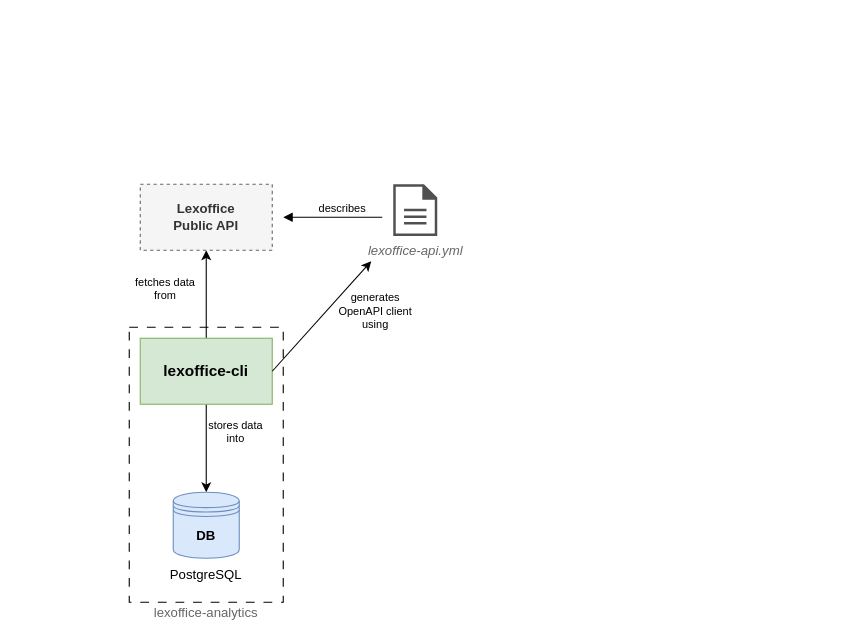
This is page "arch" (1 of 2) of docs/diagrams.drawio from maikerlab/lexoffice-analytics, a draw.io file, before an edit. Source tidied: cells renumbered, new cells numbered last; positions are measured from the earlier drawing's top-left corner, leaving out a move shared by most shapes. Both pictures are drawn from the tidied source at 110%, with x=0, y=0 at pixel (129, 184).
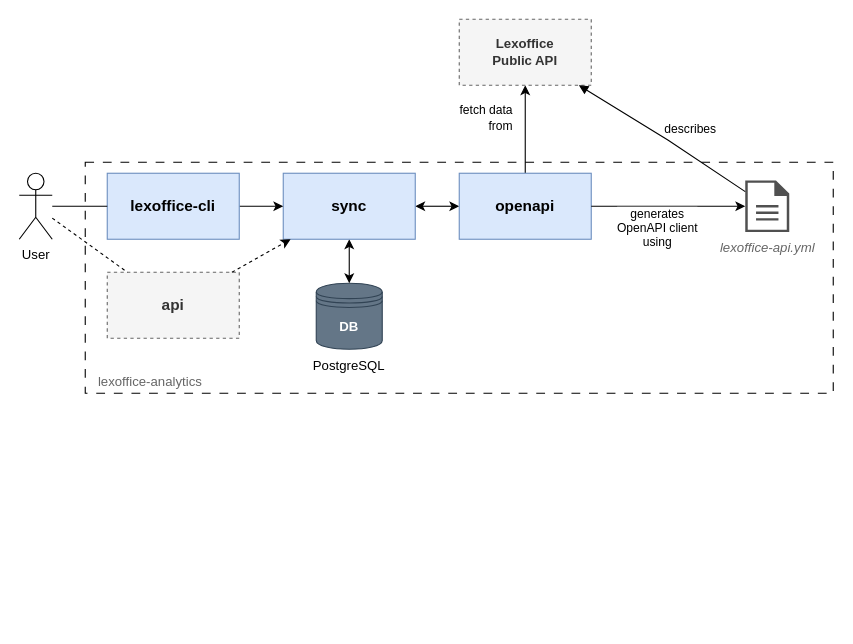
The same diagram, later.

What changed in the source:
```diff
@@
     <mxCell id="2" style="rounded=0;whiteSpace=wrap;html=1;fillColor=none;dashed=1;dashPattern=8 8;" parent="1" vertex="1">
-      <mxGeometry y="130" width="140" height="250" as="geometry" />
+      <mxGeometry x="-40" y="-20" width="680" height="210" as="geometry" />
     </mxCell>
-    <mxCell id="3" style="edgeStyle=orthogonalEdgeStyle;rounded=0;jettySize=auto;html=1;exitX=0.5;exitY=0;exitDx=0;exitDy=0;entryX=0.5;entryY=1;entryDx=0;entryDy=0;" parent="1" edge="1" source="5" target="6">
-      <mxGeometry relative="1" as="geometry" />
+    <mxCell id="3" value="fetch data&lt;div&gt;from&lt;/div&gt;" style="edgeStyle=orthogonalEdgeStyle;rounded=0;jettySize=auto;html=1;exitX=0.5;exitY=0;exitDx=0;exitDy=0;entryX=0.5;entryY=1;entryDx=0;entryDy=0;align=right;" parent="1" edge="1" source="5" target="6">
+      <mxGeometry x="0.25" y="10" relative="1" as="geometry">
+        <Array as="points">
+          <mxPoint x="360" y="-50" />
+          <mxPoint x="360" y="-50" />
+        </Array>
+      </mxGeometry>
     </mxCell>
-    <mxCell id="4" style="edgeStyle=orthogonalEdgeStyle;rounded=0;jettySize=auto;html=1;exitX=0.5;exitY=1;exitDx=0;exitDy=0;entryX=0.5;entryY=0;entryDx=0;entryDy=0;" parent="1" edge="1" source="5" target="7">
-      <mxGeometry x="-0.25" relative="1" as="geometry" />
-    </mxCell>
+    <mxCell id="17" style="edgeStyle=orthogonalEdgeStyle;rounded=0;jettySize=auto;html=1;exitX=0;exitY=0.5;exitDx=0;exitDy=0;entryX=1;entryY=0.5;entryDx=0;entryDy=0;startArrow=classic;startFill=1;" parent="1" edge="1" source="5" target="19">
+      <mxGeometry relative="1" as="geometry" />
+    </mxCell>
-    <mxCell id="5" value="lexoffice-cli" style="rounded=0;whiteSpace=wrap;html=1;fillColor=#d5e8d4;strokeColor=#82b366;fontStyle=1;fontSize=14;" parent="1" vertex="1">
-      <mxGeometry x="10" y="140" width="120" height="60" as="geometry" />
+    <mxCell id="5" value="openapi" style="rounded=0;whiteSpace=wrap;html=1;fillColor=#dae8fc;strokeColor=#6c8ebf;fontStyle=1;fontSize=14;gradientColor=none;" parent="1" vertex="1">
+      <mxGeometry x="300" y="-10" width="120" height="60" as="geometry" />
     </mxCell>
     <mxCell id="6" value="Lexoffice&lt;br&gt;Public API" style="rounded=0;whiteSpace=wrap;html=1;fillColor=#f5f5f5;fontColor=#333333;strokeColor=#666666;fontStyle=1;dashed=1;" parent="1" vertex="1">
-      <mxGeometry x="10" width="120" height="60" as="geometry" />
+      <mxGeometry x="300" y="-150" width="120" height="60" as="geometry" />
     </mxCell>
-    <mxCell id="7" value="DB" style="shape=datastore;whiteSpace=wrap;html=1;fontStyle=1;fillColor=#dae8fc;strokeColor=#6c8ebf;" parent="1" vertex="1">
-      <mxGeometry x="40" y="280" width="60" height="60" as="geometry" />
+    <mxCell id="7" value="DB" style="shape=datastore;whiteSpace=wrap;html=1;fontStyle=1;fillColor=#647687;strokeColor=#314354;fontColor=#ffffff;" parent="1" vertex="1">
+      <mxGeometry x="170" y="90" width="60" height="60" as="geometry" />
     </mxCell>
     <mxCell id="8" value="PostgreSQL" style="text;html=1;strokeColor=none;fillColor=none;align=center;verticalAlign=middle;whiteSpace=wrap;rounded=0;" parent="1" vertex="1">
-      <mxGeometry x="10" y="340" width="120" height="30" as="geometry" />
+      <mxGeometry x="140" y="150" width="120" height="30" as="geometry" />
     </mxCell>
     <mxCell id="9" value="lexoffice-api.yml" style="sketch=0;shadow=0;dashed=0;html=1;strokeColor=none;fillColor=#505050;labelPosition=center;verticalLabelPosition=bottom;verticalAlign=top;outlineConnect=0;align=center;shape=mxgraph.office.concepts.document;fontStyle=2;fontColor=#666666;" parent="1" vertex="1">
-      <mxGeometry x="240" width="40" height="47" as="geometry" />
+      <mxGeometry x="560" y="-3.5" width="40" height="47" as="geometry" />
     </mxCell>
-    <mxCell id="10" style="endArrow=block;html=1;rounded=0;endFill=1;" parent="1" edge="1">
-      <mxGeometry x="-0.25" y="-10" relative="1" as="geometry">
-        <mxPoint x="230" y="30" as="sourcePoint" />
-        <mxPoint x="140" y="30" as="targetPoint" />
+    <mxCell id="10" value="describes" style="endArrow=block;html=1;rounded=0;endFill=1;" parent="1" edge="1" source="9" target="6">
+      <mxGeometry x="-0.19" y="-19" relative="1" as="geometry">
+        <Array as="points">
+          <mxPoint x="490" y="-40" />
+        </Array>
       </mxGeometry>
     </mxCell>
-    <mxCell id="11" style="endArrow=classic;html=1;rounded=0;exitX=1;exitY=0.5;exitDx=0;exitDy=0;" parent="1" edge="1" source="5">
-      <mxGeometry x="0.36" y="-12" relative="1" as="geometry">
-        <mxPoint x="220" y="70" as="targetPoint" />
-      </mxGeometry>
+    <mxCell id="11" value="generates&lt;div&gt;OpenAPI client&lt;/div&gt;&lt;div&gt;using&lt;/div&gt;" style="endArrow=classic;html=1;rounded=0;exitX=1;exitY=0.5;exitDx=0;exitDy=0;" parent="1" edge="1" source="5" target="9">
+      <mxGeometry x="-0.14" y="-20" relative="1" as="geometry" />
     </mxCell>
-    <mxCell id="12" value="lexoffice-analytics" style="text;html=1;strokeColor=none;fillColor=none;align=center;verticalAlign=middle;whiteSpace=wrap;rounded=0;fontColor=#666666;" parent="1" vertex="1">
-      <mxGeometry y="380" width="140" height="20" as="geometry" />
+    <mxCell id="12" value="lexoffice-analytics" style="text;html=1;strokeColor=none;fillColor=none;align=left;verticalAlign=middle;whiteSpace=wrap;rounded=0;fontColor=#666666;" parent="1" vertex="1">
+      <mxGeometry x="-30" y="170" width="110" height="20" as="geometry" />
     </mxCell>
-    <mxCell id="13" value="stores data&lt;br style=&quot;border-color: var(--border-color); font-size: 10px;&quot;&gt;&lt;span style=&quot;font-size: 10px; background-color: rgb(255, 255, 255);&quot;&gt;into&lt;/span&gt;" style="text;html=1;strokeColor=none;fillColor=none;align=center;verticalAlign=middle;whiteSpace=wrap;rounded=0;fontSize=10;" parent="1" vertex="1">
-      <mxGeometry x="64" y="210" width="66" height="30" as="geometry" />
-    </mxCell>
-    <mxCell id="14" value="fetches data&lt;br&gt;from" style="text;html=1;strokeColor=none;fillColor=none;align=center;verticalAlign=middle;whiteSpace=wrap;rounded=0;fontSize=10;" parent="1" vertex="1">
-      <mxGeometry y="80" width="66" height="30" as="geometry" />
-    </mxCell>
-    <mxCell id="15" value="generates&lt;br style=&quot;border-color: var(--border-color); font-size: 10px;&quot;&gt;&lt;span style=&quot;font-size: 10px; background-color: rgb(255, 255, 255);&quot;&gt;OpenAPI client&lt;/span&gt;&lt;br style=&quot;border-color: var(--border-color); font-size: 10px;&quot;&gt;&lt;span style=&quot;font-size: 10px; background-color: rgb(255, 255, 255);&quot;&gt;using&lt;/span&gt;" style="text;html=1;strokeColor=none;fillColor=none;align=center;verticalAlign=middle;whiteSpace=wrap;rounded=0;fontSize=10;" parent="1" vertex="1">
-      <mxGeometry x="174" y="90" width="100" height="50" as="geometry" />
-    </mxCell>
-    <mxCell id="16" value="describes" style="text;html=1;strokeColor=none;fillColor=none;align=center;verticalAlign=middle;whiteSpace=wrap;rounded=0;fontSize=10;" parent="1" vertex="1">
-      <mxGeometry x="169" y="16.5" width="50" height="10" as="geometry" />
-    </mxCell>
+    <mxCell id="18" style="edgeStyle=orthogonalEdgeStyle;rounded=0;jettySize=auto;html=1;exitX=0.5;exitY=1;exitDx=0;exitDy=0;entryX=0.5;entryY=0;entryDx=0;entryDy=0;startArrow=classic;startFill=1;" parent="1" edge="1" source="19" target="7">
+      <mxGeometry relative="1" as="geometry" />
+    </mxCell>
+    <mxCell id="19" value="sync" style="rounded=0;whiteSpace=wrap;html=1;fillColor=#dae8fc;strokeColor=#6c8ebf;fontStyle=1;fontSize=14;" parent="1" vertex="1">
+      <mxGeometry x="140" y="-10" width="120" height="60" as="geometry" />
+    </mxCell>
+    <mxCell id="20" style="edgeStyle=orthogonalEdgeStyle;rounded=0;jettySize=auto;html=1;exitX=1;exitY=0.5;exitDx=0;exitDy=0;entryX=0;entryY=0.5;entryDx=0;entryDy=0;" parent="1" edge="1" source="21" target="19">
+      <mxGeometry relative="1" as="geometry" />
+    </mxCell>
+    <mxCell id="21" value="lexoffice-cli" style="rounded=0;whiteSpace=wrap;html=1;fillColor=#dae8fc;strokeColor=#6c8ebf;fontStyle=1;fontSize=14;" parent="1" vertex="1">
+      <mxGeometry x="-20" y="-10" width="120" height="60" as="geometry" />
+    </mxCell>
+    <mxCell id="22" value="User" style="shape=umlActor;verticalLabelPosition=bottom;verticalAlign=top;html=1;outlineConnect=0;" parent="1" vertex="1">
+      <mxGeometry x="-100" y="-10" width="30" height="60" as="geometry" />
+    </mxCell>
+    <mxCell id="23" style="endArrow=none;html=1;rounded=0;entryX=0;entryY=0.5;entryDx=0;entryDy=0;" parent="1" edge="1" source="22" target="21">
+      <mxGeometry relative="1" as="geometry" />
+    </mxCell>
+    <mxCell id="24" value="api" style="rounded=0;whiteSpace=wrap;html=1;fillColor=#f5f5f5;strokeColor=#666666;fontStyle=1;fontSize=14;dashed=1;fontColor=#333333;" parent="1" vertex="1">
+      <mxGeometry x="-20" y="80" width="120" height="60" as="geometry" />
+    </mxCell>
+    <mxCell id="25" style="endArrow=classic;html=1;rounded=0;dashed=1;" parent="1" edge="1" source="24" target="19">
+      <mxGeometry relative="1" as="geometry" />
+    </mxCell>
+    <mxCell id="26" style="endArrow=none;html=1;rounded=0;dashed=1;" parent="1" edge="1" source="22" target="24">
+      <mxGeometry relative="1" as="geometry" />
+    </mxCell>
```
